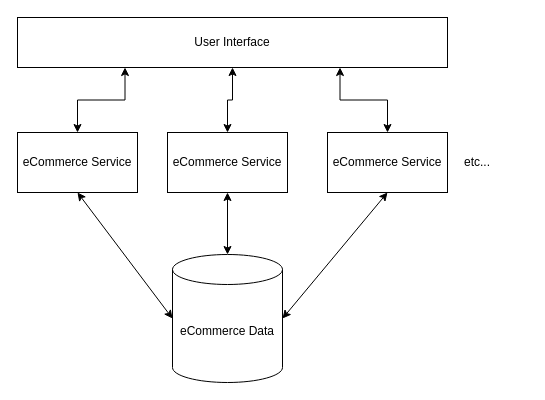
Above: diagrams/monolitic_scalability.drawio in johnward/supply_chain_reference (draw.io), before the change. Source tidied: cells renumbered, new cells numbered last; positions are measured from the earlier drawing's top-left corner, leaving out a move shared by most shapes. Both pictures are drawn from the tidied source at 100%, with x=0, y=0 at pixel (17, 17).
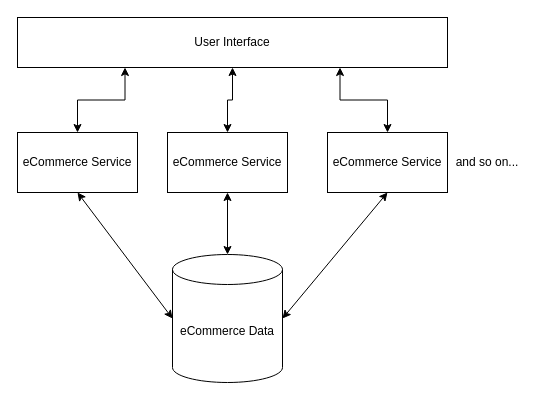
The same diagram, later.

What changed in the source:
```diff
@@
 <mxGraphModel>
   <root>
     <mxCell id="0" />
     <mxCell id="1" parent="0" />
     <mxCell id="2" value="&lt;span&gt;eCommerce Service&lt;/span&gt;" style="rounded=0;whiteSpace=wrap;html=1;" parent="1" vertex="1">
       <mxGeometry x="150" y="115" width="120" height="60" as="geometry" />
     </mxCell>
     <mxCell id="3" value="eCommerce Service" style="rounded=0;whiteSpace=wrap;html=1;" parent="1" vertex="1">
       <mxGeometry y="115" width="120" height="60" as="geometry" />
     </mxCell>
     <mxCell id="4" value="&lt;span&gt;eCommerce Service&lt;/span&gt;" style="rounded=0;whiteSpace=wrap;html=1;" parent="1" vertex="1">
       <mxGeometry x="310" y="115" width="120" height="60" as="geometry" />
     </mxCell>
-    <mxCell id="5" value="etc..." style="text;html=1;strokeColor=none;fillColor=none;align=center;verticalAlign=middle;whiteSpace=wrap;rounded=0;" parent="1" vertex="1">
-      <mxGeometry x="430" y="130" width="60" height="30" as="geometry" />
+    <mxCell id="5" value="and so on..." style="text;html=1;strokeColor=none;fillColor=none;align=center;verticalAlign=middle;whiteSpace=wrap;rounded=0;" parent="1" vertex="1">
+      <mxGeometry x="430" y="130" width="80" height="30" as="geometry" />
     </mxCell>
     <mxCell id="6" value="eCommerce Data" style="shape=cylinder3;whiteSpace=wrap;html=1;boundedLbl=1;backgroundOutline=1;size=15;" parent="1" vertex="1">
       <mxGeometry x="155" y="237" width="110" height="128" as="geometry" />
     </mxCell>
     <mxCell id="7" style="endArrow=classic;startArrow=classic;html=1;rounded=0;exitX=1;exitY=0.5;exitDx=0;exitDy=0;exitPerimeter=0;entryX=0.5;entryY=1;entryDx=0;entryDy=0;" parent="1" edge="1" source="6" target="4">
       <mxGeometry relative="1" as="geometry" />
     </mxCell>
     <mxCell id="8" style="endArrow=classic;startArrow=classic;html=1;rounded=0;exitX=0;exitY=0.5;exitDx=0;exitDy=0;exitPerimeter=0;entryX=0.5;entryY=1;entryDx=0;entryDy=0;" parent="1" edge="1" source="6" target="3">
       <mxGeometry relative="1" as="geometry" />
     </mxCell>
     <mxCell id="9" style="endArrow=classic;startArrow=classic;html=1;rounded=0;entryX=0.5;entryY=1;entryDx=0;entryDy=0;exitX=0.5;exitY=0;exitDx=0;exitDy=0;exitPerimeter=0;" parent="1" edge="1" source="6" target="2">
       <mxGeometry relative="1" as="geometry" />
     </mxCell>
     <mxCell id="10" style="edgeStyle=orthogonalEdgeStyle;rounded=0;jettySize=auto;html=1;exitX=0.5;exitY=1;exitDx=0;exitDy=0;entryX=0.5;entryY=0;entryDx=0;entryDy=0;startArrow=classic;startFill=1;" parent="1" edge="1" source="13" target="2">
       <mxGeometry relative="1" as="geometry" />
     </mxCell>
     <mxCell id="11" style="edgeStyle=orthogonalEdgeStyle;rounded=0;jettySize=auto;html=1;exitX=0.25;exitY=1;exitDx=0;exitDy=0;entryX=0.5;entryY=0;entryDx=0;entryDy=0;startArrow=classic;startFill=1;" parent="1" edge="1" source="13" target="3">
       <mxGeometry relative="1" as="geometry" />
     </mxCell>
     <mxCell id="12" style="edgeStyle=orthogonalEdgeStyle;rounded=0;jettySize=auto;html=1;exitX=0.75;exitY=1;exitDx=0;exitDy=0;startArrow=classic;startFill=1;" parent="1" edge="1" source="13" target="4">
       <mxGeometry relative="1" as="geometry" />
     </mxCell>
     <mxCell id="13" value="User Interface" style="rounded=0;whiteSpace=wrap;html=1;" parent="1" vertex="1">
       <mxGeometry width="430" height="50" as="geometry" />
     </mxCell>
   </root>
 </mxGraphModel>
```
